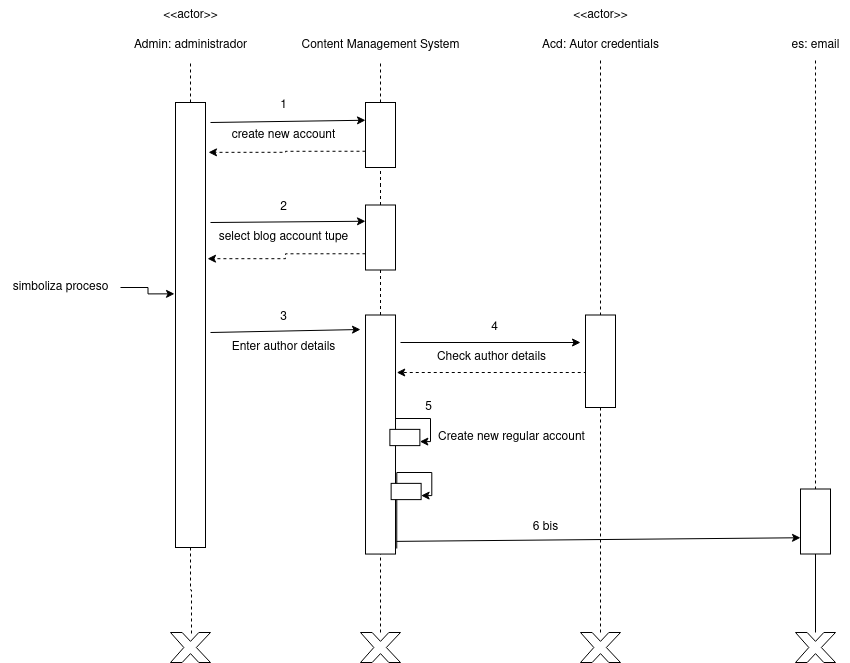
This is diagrama_secuencia/ejemplo1_diagrama_secuencia.drawio.png from liliguoz/ETS, a draw.io export, as it was before one commit. Source tidied: cells renumbered, new cells last; positions are measured from the earlier drawing's top-left corner, leaving out a move shared by most shapes.
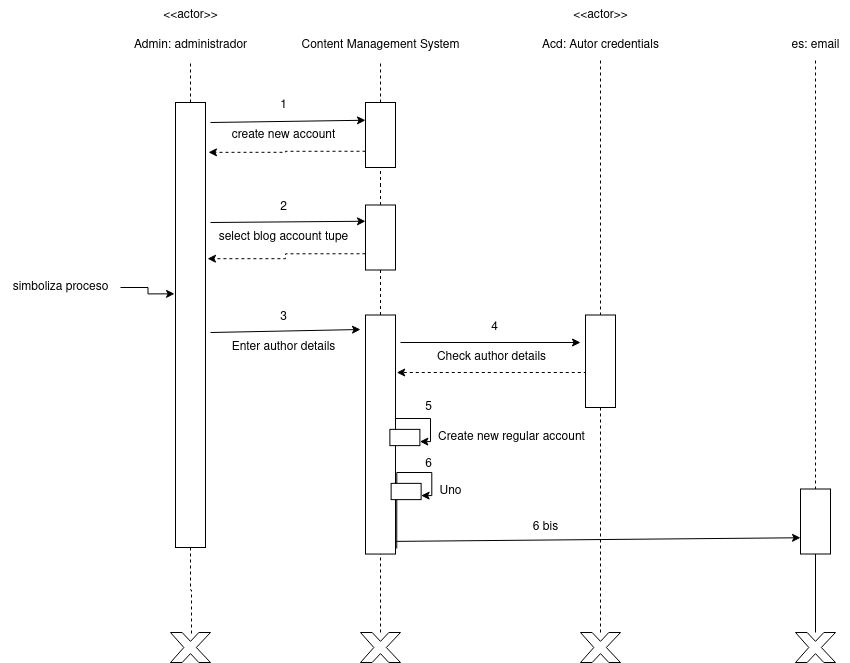
The same diagram one commit later.

Change to the diagram source:
```diff
@@ -180,5 +180,11 @@
     <mxCell id="52" style="verticalLabelPosition=bottom;verticalAlign=top;html=1;shape=mxgraph.basic.x;" parent="1" vertex="1">
       <mxGeometry x="827" y="632" width="40" height="30" as="geometry" />
     </mxCell>
+    <mxCell id="53" value="6" style="text;html=1;align=center;verticalAlign=middle;strokeColor=none;fillColor=none;" parent="1" vertex="1">
+      <mxGeometry x="444.5" y="449" width="30" height="30" as="geometry" />
+    </mxCell>
+    <mxCell id="54" value="Uno" style="text;html=1;align=center;verticalAlign=middle;strokeColor=none;fillColor=none;" parent="1" vertex="1">
+      <mxGeometry x="457" y="476" width="50" height="30" as="geometry" />
+    </mxCell>
   </root>
 </mxGraphModel>
```
